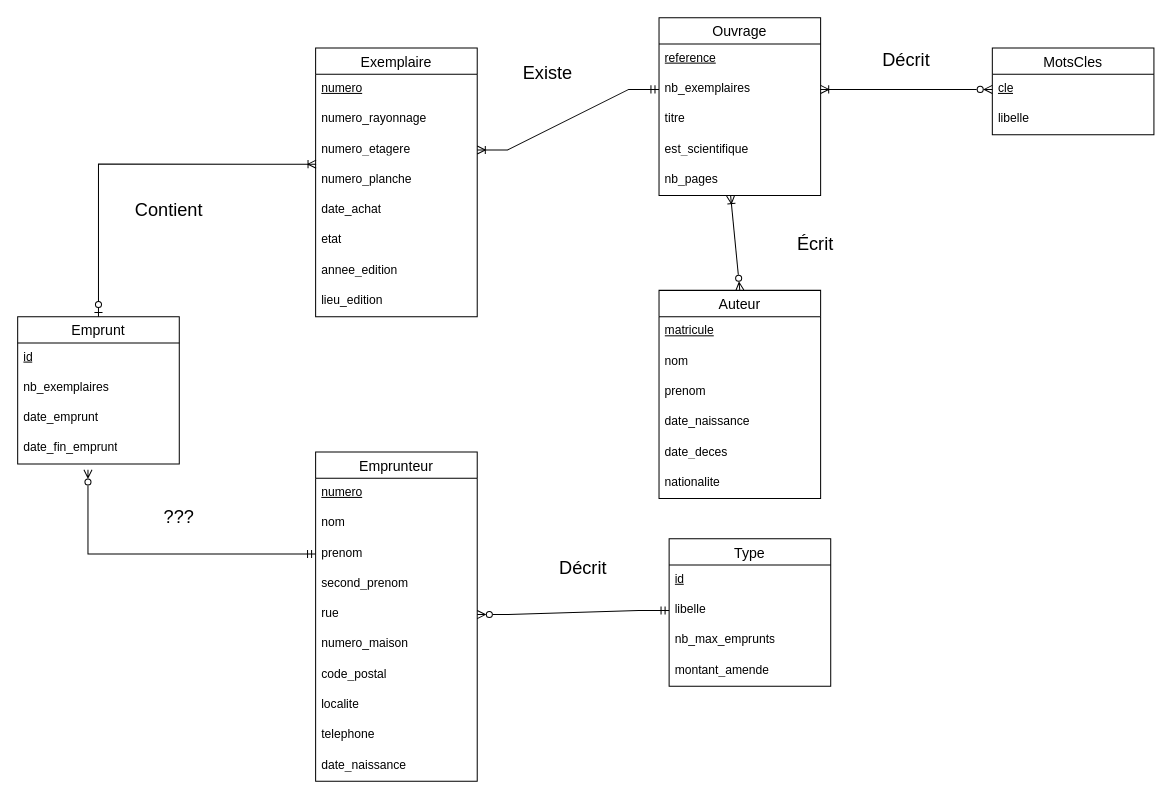
This is BD_serie3.drawio from afhistos/DrawIO-Projects, a draw.io file, before an edit. Source tidied: cells renumbered, new cells numbered last; positions are measured from the earlier drawing's top-left corner, leaving out a move shared by most shapes. Both pictures are drawn from the tidied source at 101%, with x=0, y=0 at pixel (17, 17).
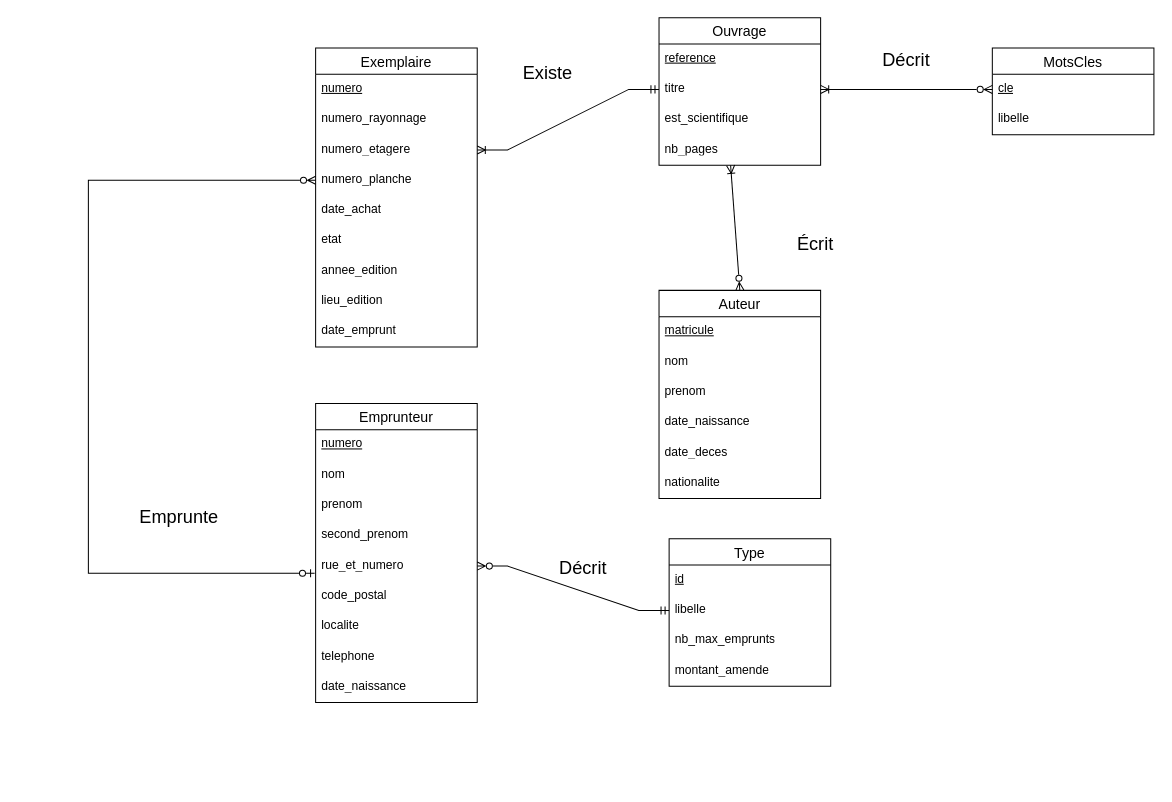
The same diagram, later.

Commit message:
Mettre à jour BD_serie3.drawio

The change refers to these unchanged cells:
```xml
<mxCell id="9" value="&lt;u&gt;cle&lt;/u&gt;" style="text;strokeColor=none;fillColor=none;spacingLeft=4;spacingRight=4;overflow=hidden;points=[[0,0.5],[1,0.5]];portConstraint=eastwest;fontSize=12;whiteSpace=wrap;html=1;" parent="8" vertex="1">
  <mxGeometry y="26" width="160" height="30" as="geometry" />
</mxCell>
<mxCell id="23" value="numero_etagere" style="text;strokeColor=none;fillColor=none;spacingLeft=4;spacingRight=4;overflow=hidden;points=[[0,0.5],[1,0.5]];portConstraint=eastwest;fontSize=12;whiteSpace=wrap;html=1;" parent="20" vertex="1">
  <mxGeometry y="86" width="160" height="30" as="geometry" />
</mxCell>
<mxCell id="24" value="numero_planche" style="text;strokeColor=none;fillColor=none;spacingLeft=4;spacingRight=4;overflow=hidden;points=[[0,0.5],[1,0.5]];portConstraint=eastwest;fontSize=12;whiteSpace=wrap;html=1;" parent="20" vertex="1">
  <mxGeometry y="116" width="160" height="30" as="geometry" />
</mxCell>
<mxCell id="33" value="prenom" style="text;strokeColor=none;fillColor=none;spacingLeft=4;spacingRight=4;overflow=hidden;points=[[0,0.5],[1,0.5]];portConstraint=eastwest;fontSize=12;whiteSpace=wrap;html=1;" parent="30" vertex="1">
  <mxGeometry y="86" width="160" height="30" as="geometry" />
</mxCell>
```

The edit, as a diff of the source:
```diff
@@
     <mxCell id="2" value="Ouvrage" style="swimlane;fontStyle=0;horizontal=1;startSize=26;align=center;fontSize=14;" parent="1" vertex="1">
-      <mxGeometry x="635" width="160" height="176" as="geometry" />
+      <mxGeometry x="635" width="160" height="146" as="geometry" />
     </mxCell>
@@
-    <mxCell id="4" value="nb_exemplaires" style="text;strokeColor=none;fillColor=none;spacingLeft=4;spacingRight=4;overflow=hidden;points=[[0,0.5],[1,0.5]];portConstraint=eastwest;fontSize=12;whiteSpace=wrap;html=1;" parent="2" vertex="1">
-      <mxGeometry y="56" width="160" height="30" as="geometry" />
-    </mxCell>
     <mxCell id="5" value="titre" style="text;strokeColor=none;fillColor=none;spacingLeft=4;spacingRight=4;overflow=hidden;fontSize=12;whiteSpace=wrap;html=1;" parent="2" vertex="1">
-      <mxGeometry y="86" width="160" height="30" as="geometry" />
+      <mxGeometry y="56" width="160" height="30" as="geometry" />
     </mxCell>
     <mxCell id="6" value="est_scientifique" style="text;strokeColor=none;fillColor=none;spacingLeft=4;spacingRight=4;overflow=hidden;fontSize=12;whiteSpace=wrap;html=1;" parent="2" vertex="1">
-      <mxGeometry y="116" width="160" height="30" as="geometry" />
+      <mxGeometry y="86" width="160" height="30" as="geometry" />
     </mxCell>
     <mxCell id="7" value="nb_pages" style="text;strokeColor=none;fillColor=none;spacingLeft=4;spacingRight=4;overflow=hidden;points=[[0,0.5],[1,0.5]];portConstraint=eastwest;fontSize=12;whiteSpace=wrap;html=1;" parent="2" vertex="1">
-      <mxGeometry y="146" width="160" height="30" as="geometry" />
+      <mxGeometry y="116" width="160" height="30" as="geometry" />
     </mxCell>
@@
-    <mxCell id="11" style="edgeStyle=entityRelationEdgeStyle;fontSize=12;html=1;endArrow=ERzeroToMany;startArrow=ERoneToMany;rounded=0;exitX=1;exitY=0.5;exitDx=0;exitDy=0;entryX=0;entryY=0.5;entryDx=0;entryDy=0;startFill=0;endFill=0;" parent="1" edge="1" source="4" target="9">
-      <mxGeometry relative="1" as="geometry" />
+    <mxCell id="11" style="edgeStyle=entityRelationEdgeStyle;fontSize=12;html=1;endArrow=ERzeroToMany;startArrow=ERoneToMany;rounded=0;exitX=1;exitY=0.5;exitDx=0;exitDy=0;entryX=0;entryY=0.5;entryDx=0;entryDy=0;startFill=0;endFill=0;" parent="1" edge="1" target="9">
+      <mxGeometry relative="1" as="geometry">
+        <mxPoint x="795" y="71" as="sourcePoint" />
+      </mxGeometry>
     </mxCell>
@@
     <mxCell id="20" value="Exemplaire" style="swimlane;fontStyle=0;horizontal=1;startSize=26;align=center;fontSize=14;" parent="1" vertex="1">
-      <mxGeometry x="295" y="30" width="160" height="266" as="geometry" />
+      <mxGeometry x="295" y="30" width="160" height="296" as="geometry" />
     </mxCell>
@@
+    <mxCell id="50" value="date_emprunt" style="text;strokeColor=none;fillColor=none;spacingLeft=4;spacingRight=4;overflow=hidden;fontSize=12;whiteSpace=wrap;html=1;" parent="20" vertex="1">
+      <mxGeometry y="266" width="160" height="30" as="geometry" />
+    </mxCell>
-    <mxCell id="29" style="edgeStyle=entityRelationEdgeStyle;fontSize=12;html=1;endArrow=ERmandOne;rounded=0;entryX=0;entryY=0.5;entryDx=0;entryDy=0;exitX=1;exitY=0.5;exitDx=0;exitDy=0;startArrow=ERoneToMany;startFill=0;endFill=0;" parent="1" edge="1" source="23" target="4">
-      <mxGeometry relative="1" as="geometry" />
+    <mxCell id="29" style="edgeStyle=entityRelationEdgeStyle;fontSize=12;html=1;endArrow=ERmandOne;rounded=0;entryX=0;entryY=0.5;entryDx=0;entryDy=0;exitX=1;exitY=0.5;exitDx=0;exitDy=0;startArrow=ERoneToMany;startFill=0;endFill=0;" parent="1" edge="1" source="23">
+      <mxGeometry relative="1" as="geometry">
+        <mxPoint x="635" y="71" as="targetPoint" />
+      </mxGeometry>
     </mxCell>
     <mxCell id="30" value="Emprunteur" style="swimlane;fontStyle=0;horizontal=1;startSize=26;align=center;fontSize=14;" parent="1" vertex="1">
-      <mxGeometry x="295" y="430" width="160" height="326" as="geometry" />
+      <mxGeometry x="295" y="382" width="160" height="296" as="geometry" />
     </mxCell>
@@
-    <mxCell id="35" value="rue" style="text;strokeColor=none;fillColor=none;spacingLeft=4;spacingRight=4;overflow=hidden;points=[[0,0.5],[1,0.5]];portConstraint=eastwest;fontSize=12;whiteSpace=wrap;html=1;" parent="30" vertex="1">
+    <mxCell id="35" value="rue_et_numero" style="text;strokeColor=none;fillColor=none;spacingLeft=4;spacingRight=4;overflow=hidden;points=[[0,0.5],[1,0.5]];portConstraint=eastwest;fontSize=12;whiteSpace=wrap;html=1;" parent="30" vertex="1">
       <mxGeometry y="146" width="160" height="30" as="geometry" />
     </mxCell>
-    <mxCell id="36" value="numero_maison" style="text;strokeColor=none;fillColor=none;spacingLeft=4;spacingRight=4;overflow=hidden;fontSize=12;whiteSpace=wrap;html=1;" parent="30" vertex="1">
-      <mxGeometry y="176" width="160" height="30" as="geometry" />
-    </mxCell>
     <mxCell id="37" value="code_postal" style="text;strokeColor=none;fillColor=none;spacingLeft=4;spacingRight=4;overflow=hidden;fontSize=12;whiteSpace=wrap;html=1;" parent="30" vertex="1">
-      <mxGeometry y="206" width="160" height="30" as="geometry" />
+      <mxGeometry y="176" width="160" height="30" as="geometry" />
     </mxCell>
     <mxCell id="38" value="localite" style="text;strokeColor=none;fillColor=none;spacingLeft=4;spacingRight=4;overflow=hidden;fontSize=12;whiteSpace=wrap;html=1;" parent="30" vertex="1">
-      <mxGeometry y="236" width="160" height="30" as="geometry" />
+      <mxGeometry y="206" width="160" height="30" as="geometry" />
     </mxCell>
     <mxCell id="39" value="telephone" style="text;strokeColor=none;fillColor=none;spacingLeft=4;spacingRight=4;overflow=hidden;fontSize=12;whiteSpace=wrap;html=1;" parent="30" vertex="1">
-      <mxGeometry y="266" width="160" height="30" as="geometry" />
+      <mxGeometry y="236" width="160" height="30" as="geometry" />
     </mxCell>
     <mxCell id="40" value="date_naissance" style="text;strokeColor=none;fillColor=none;spacingLeft=4;spacingRight=4;overflow=hidden;fontSize=12;whiteSpace=wrap;html=1;" parent="30" vertex="1">
-      <mxGeometry y="296" width="160" height="30" as="geometry" />
+      <mxGeometry y="266" width="160" height="30" as="geometry" />
     </mxCell>
@@
-    <mxCell id="47" value="Emprunt" style="swimlane;fontStyle=0;horizontal=1;startSize=26;align=center;fontSize=14;" parent="1" vertex="1">
-      <mxGeometry y="296" width="160" height="146" as="geometry" />
-    </mxCell>
-    <mxCell id="48" value="&lt;u&gt;id&lt;/u&gt;" style="text;strokeColor=none;fillColor=none;spacingLeft=4;spacingRight=4;overflow=hidden;fontSize=12;whiteSpace=wrap;html=1;" parent="47" vertex="1">
-      <mxGeometry y="26" width="160" height="30" as="geometry" />
-    </mxCell>
-    <mxCell id="49" value="nb_exemplaires" style="text;strokeColor=none;fillColor=none;spacingLeft=4;spacingRight=4;overflow=hidden;fontSize=12;whiteSpace=wrap;html=1;" parent="47" vertex="1">
-      <mxGeometry y="56" width="160" height="30" as="geometry" />
-    </mxCell>
-    <mxCell id="50" value="date_emprunt" style="text;strokeColor=none;fillColor=none;spacingLeft=4;spacingRight=4;overflow=hidden;fontSize=12;whiteSpace=wrap;html=1;" parent="47" vertex="1">
-      <mxGeometry y="86" width="160" height="30" as="geometry" />
-    </mxCell>
-    <mxCell id="51" value="date_fin_emprunt" style="text;strokeColor=none;fillColor=none;spacingLeft=4;spacingRight=4;overflow=hidden;points=[[0,0.5],[1,0.5]];portConstraint=eastwest;fontSize=12;whiteSpace=wrap;html=1;" parent="47" vertex="1">
-      <mxGeometry y="116" width="160" height="30" as="geometry" />
-    </mxCell>
-    <mxCell id="52" style="edgeStyle=orthogonalEdgeStyle;fontSize=12;html=1;endArrow=ERmandOne;rounded=0;entryX=0;entryY=0.5;entryDx=0;entryDy=0;startArrow=ERzeroToMany;startFill=0;endFill=0;exitX=0.435;exitY=1.189;exitDx=0;exitDy=0;exitPerimeter=0;" parent="1" edge="1" source="51" target="33">
+    <mxCell id="52" style="edgeStyle=orthogonalEdgeStyle;fontSize=12;html=1;endArrow=ERzeroToOne;rounded=0;startArrow=ERzeroToMany;startFill=0;endFill=0;exitX=0;exitY=0.5;exitDx=0;exitDy=0;" parent="1" edge="1" source="24">
       <mxGeometry relative="1" as="geometry">
+        <mxPoint x="294" y="550" as="targetPoint" />
         <Array as="points">
-          <mxPoint x="70" y="531" />
+          <mxPoint x="70" y="161" />
+          <mxPoint x="70" y="550" />
         </Array>
       </mxGeometry>
     </mxCell>
-    <mxCell id="53" style="edgeStyle=orthogonalEdgeStyle;fontSize=12;html=1;endArrow=ERoneToMany;rounded=0;entryX=0.003;entryY=0.967;entryDx=0;entryDy=0;entryPerimeter=0;exitX=0.5;exitY=0;exitDx=0;exitDy=0;startArrow=ERzeroToOne;startFill=0;endFill=0;" parent="1" edge="1" source="47" target="23">
-      <mxGeometry relative="1" as="geometry">
-        <Array as="points">
-          <mxPoint x="80" y="145" />
-        </Array>
-      </mxGeometry>
-    </mxCell>
@@
-    <mxCell id="57" value="Contient" style="text;html=1;strokeColor=none;fillColor=none;align=center;verticalAlign=middle;whiteSpace=wrap;rounded=0;fontSize=18;" parent="1" vertex="1">
-      <mxGeometry x="105" y="176" width="90" height="30" as="geometry" />
-    </mxCell>
-    <mxCell id="58" value="???" style="text;html=1;strokeColor=none;fillColor=none;align=center;verticalAlign=middle;whiteSpace=wrap;rounded=0;fontSize=18;" parent="1" vertex="1">
+    <mxCell id="58" value="Emprunte" style="text;html=1;strokeColor=none;fillColor=none;align=center;verticalAlign=middle;whiteSpace=wrap;rounded=0;fontSize=18;" parent="1" vertex="1">
       <mxGeometry x="115" y="480" width="90" height="30" as="geometry" />
     </mxCell>
```
